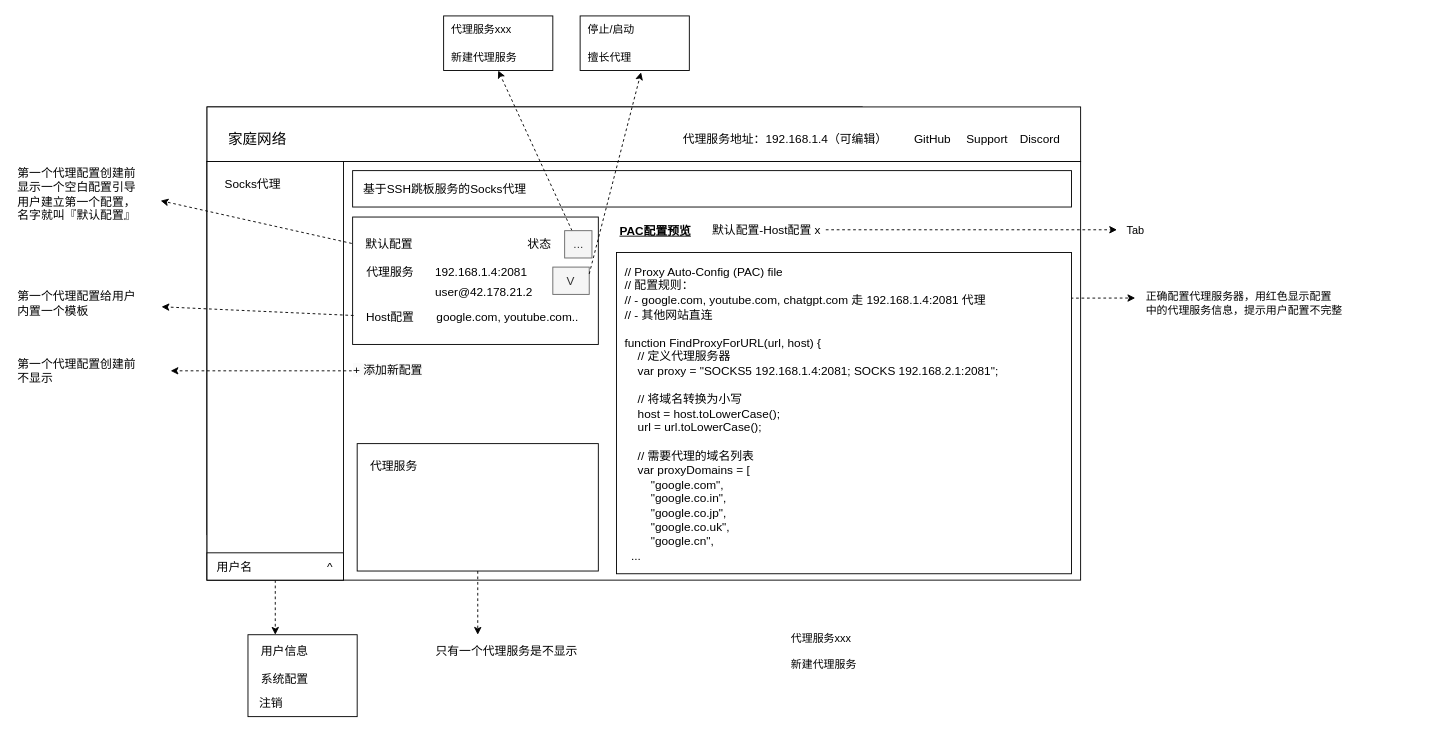
Before: imgs/UI设计.drawio in larrinluo/home_proxy_docker, a draw.io diagram. Source tidied: cells renumbered, new cells numbered last; positions are measured from the earlier drawing's top-left corner, leaving out a move shared by most shapes. Both pictures are drawn from the tidied source at 91%, with x=0, y=0 at pixel (15, 15).
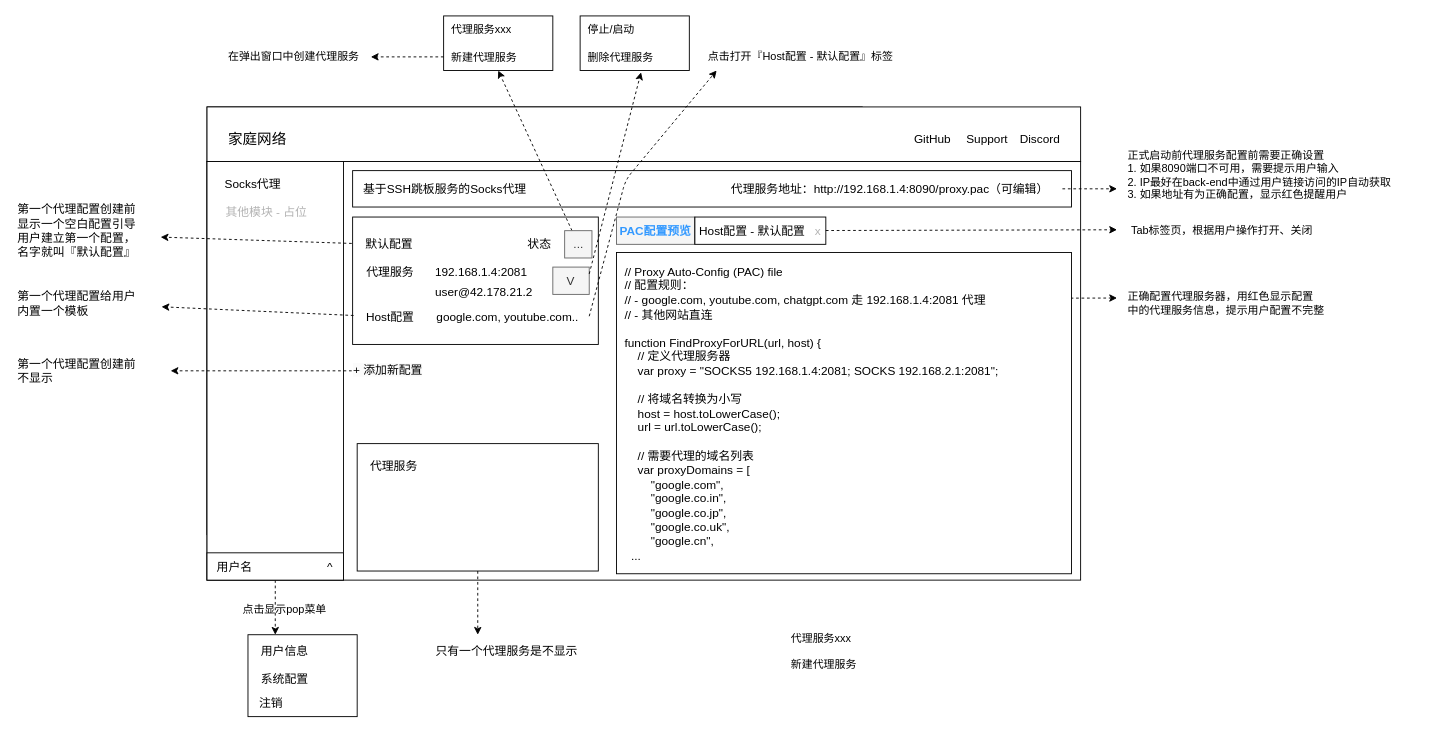
Above is the later version.

Unchanged cells that the change refers to:
```xml
<mxCell id="17" value="google.com, youtube.com.." style="text;html=1;align=center;verticalAlign=middle;points=[];strokeColor=none;fillColor=none;fontSize=13;" parent="1" vertex="1">
  <mxGeometry x="450" y="316" width="180" height="30" as="geometry" />
</mxCell>
<mxCell id="22" value="&lt;div&gt;&amp;nbsp; // Proxy Auto-Config (PAC) file&lt;/div&gt;&lt;div&gt;&amp;nbsp; // 配置规则：&lt;/div&gt;&lt;div&gt;&amp;nbsp; // - google.com, youtube.com, chatgpt.com 走 192.168.1.4:2081 代理&lt;/div&gt;&lt;div&gt;&amp;nbsp; // - 其他网站直连&lt;/div&gt;&lt;div&gt;&lt;br&gt;&lt;/div&gt;&lt;div&gt;&amp;nbsp; function FindProxyForURL(url, host) {&lt;/div&gt;&lt;div&gt;&amp;nbsp; &amp;nbsp; &amp;nbsp; // 定义代理服务器&lt;/div&gt;&lt;div&gt;&amp;nbsp; &amp;nbsp; &amp;nbsp; var proxy = &quot;SOCKS5 192.168.1.4:2081; SOCKS 192.168.2.1:2081&quot;;&lt;/div&gt;&lt;div&gt;&lt;br&gt;&lt;/div&gt;&lt;div&gt;&amp;nbsp; &amp;nbsp; &amp;nbsp; // 将域名转换为小写&lt;/div&gt;&lt;div&gt;&amp;nbsp; &amp;nbsp; &amp;nbsp; host = host.toLowerCase();&lt;/div&gt;&lt;div&gt;&amp;nbsp; &amp;nbsp; &amp;nbsp; url = url.toLowerCase();&lt;/div&gt;&lt;div&gt;&lt;br&gt;&lt;/div&gt;&lt;div&gt;&amp;nbsp; &amp;nbsp; &amp;nbsp; // 需要代理的域名列表&lt;/div&gt;&lt;div&gt;&amp;nbsp; &amp;nbsp; &amp;nbsp; var proxyDomains = [&lt;/div&gt;&lt;div&gt;&amp;nbsp; &amp;nbsp; &amp;nbsp; &amp;nbsp; &amp;nbsp; &quot;google.com&quot;,&lt;/div&gt;&lt;div&gt;&amp;nbsp; &amp;nbsp; &amp;nbsp; &amp;nbsp; &amp;nbsp; &quot;google.co.in&quot;,&lt;/div&gt;&lt;div&gt;&amp;nbsp; &amp;nbsp; &amp;nbsp; &amp;nbsp; &amp;nbsp; &quot;google.co.jp&quot;,&lt;/div&gt;&lt;div&gt;&amp;nbsp; &amp;nbsp; &amp;nbsp; &amp;nbsp; &amp;nbsp; &quot;google.co.uk&quot;,&lt;/div&gt;&lt;div&gt;&amp;nbsp; &amp;nbsp; &amp;nbsp; &amp;nbsp; &amp;nbsp; &quot;google.cn&quot;,&lt;/div&gt;&lt;div&gt;&amp;nbsp; &amp;nbsp; ...&lt;/div&gt;&lt;div&gt;&lt;/div&gt;&lt;div&gt;&lt;/div&gt;&lt;div&gt;&lt;/div&gt;&lt;div&gt;&lt;/div&gt;&lt;div&gt;&lt;/div&gt;&lt;div&gt;&lt;/div&gt;&lt;div&gt;&lt;/div&gt;&lt;div&gt;&lt;/div&gt;&lt;div&gt;&lt;/div&gt;&lt;div&gt;&lt;/div&gt;&lt;div&gt;&lt;/div&gt;&lt;div&gt;&lt;/div&gt;&lt;div&gt;&lt;/div&gt;&lt;div&gt;&lt;/div&gt;&lt;div&gt;&lt;/div&gt;&lt;div&gt;&lt;/div&gt;&lt;div&gt;&lt;/div&gt;&lt;div&gt;&lt;/div&gt;&lt;div&gt;&lt;/div&gt;" style="rounded=0;whiteSpace=wrap;html=1;fontSize=13;align=left;" parent="1" vertex="1">
  <mxGeometry x="660" y="260" width="500" height="353" as="geometry" />
</mxCell>
<mxCell id="46" value="&lt;span style=&quot;font-size: 12px;&quot;&gt;&amp;nbsp; 代理服务xxx&lt;/span&gt;&lt;br style=&quot;border-color: rgb(218, 220, 224); font-size: 12px;&quot;&gt;&lt;br style=&quot;border-color: rgb(218, 220, 224); font-size: 12px;&quot;&gt;&lt;span style=&quot;font-size: 12px;&quot;&gt;&amp;nbsp; 新建代理服务&lt;/span&gt;" style="rounded=0;whiteSpace=wrap;html=1;strokeColor=default;fontSize=13;align=left;" parent="1" vertex="1">
  <mxGeometry x="470" width="120" height="60" as="geometry" />
</mxCell>
```

Diff of the diagram source:
```diff
@@
     <mxCell id="21" style="edgeStyle=none;html=1;dashed=1;exitX=0.998;exitY=0.142;exitDx=0;exitDy=0;exitPerimeter=0;" parent="1" edge="1" source="22">
       <mxGeometry relative="1" as="geometry">
-        <mxPoint x="1230" y="310" as="targetPoint" />
+        <mxPoint x="1210" y="310" as="targetPoint" />
       </mxGeometry>
     </mxCell>
@@
-    <mxCell id="23" value="PAC配置预览" style="text;html=1;strokeColor=none;fillColor=none;align=center;verticalAlign=middle;whiteSpace=wrap;rounded=0;fontSize=13;fontStyle=5;" parent="1" vertex="1">
+    <mxCell id="23" value="PAC配置预览" style="text;html=1;strokeColor=#666666;fillColor=#f5f5f5;align=center;verticalAlign=middle;whiteSpace=wrap;rounded=0;fontSize=13;fontStyle=1;fontColor=#3399FF;" parent="1" vertex="1">
       <mxGeometry x="660" y="221" width="86" height="30" as="geometry" />
     </mxCell>
@@
-    <mxCell id="27" value="默认配置-Host配置 x" style="text;html=1;strokeColor=none;fillColor=none;align=center;verticalAlign=middle;whiteSpace=wrap;rounded=0;fontSize=13;" parent="1" vertex="1">
-      <mxGeometry x="760" y="220" width="130" height="30" as="geometry" />
+    <mxCell id="27" value="Host配置 - 默认配置&amp;nbsp; &amp;nbsp;&lt;font color=&quot;#b3b3b3&quot;&gt;x&lt;/font&gt;" style="text;html=1;strokeColor=default;fillColor=none;align=center;verticalAlign=middle;whiteSpace=wrap;rounded=0;fontSize=13;" parent="1" vertex="1">
+      <mxGeometry x="746" y="221" width="144" height="30" as="geometry" />
     </mxCell>
@@
-    <mxCell id="30" value="代理服务地址：192.168.1.4（可编辑）" style="text;html=1;align=center;verticalAlign=middle;strokeColor=none;fillColor=none;fontSize=13;" parent="1" vertex="1">
-      <mxGeometry x="720" y="120" width="250" height="30" as="geometry" />
-    </mxCell>
@@
-    <mxCell id="43" value="Tab" style="text;html=1;align=center;verticalAlign=middle;strokeColor=none;fillColor=none;" parent="1" vertex="1">
-      <mxGeometry x="1210" y="221" width="40" height="30" as="geometry" />
+    <mxCell id="43" value="Tab标签页，根据用户操作打开、关闭" style="text;html=1;align=center;verticalAlign=middle;strokeColor=none;fillColor=none;" parent="1" vertex="1">
+      <mxGeometry x="1210" y="221" width="230" height="30" as="geometry" />
     </mxCell>
@@
-    <mxCell id="48" value="&lt;span style=&quot;font-size: 12px;&quot;&gt;&amp;nbsp; 停止/启动&lt;/span&gt;&lt;br style=&quot;border-color: rgb(218, 220, 224); font-size: 12px;&quot;&gt;&lt;br style=&quot;border-color: rgb(218, 220, 224); font-size: 12px;&quot;&gt;&lt;span style=&quot;font-size: 12px;&quot;&gt;&amp;nbsp; 擅长代理&lt;/span&gt;" style="rounded=0;whiteSpace=wrap;html=1;strokeColor=default;fontSize=13;align=left;" parent="1" vertex="1">
+    <mxCell id="48" value="&lt;span style=&quot;font-size: 12px;&quot;&gt;&amp;nbsp; 停止/启动&lt;/span&gt;&lt;br style=&quot;border-color: rgb(218, 220, 224); font-size: 12px;&quot;&gt;&lt;br style=&quot;border-color: rgb(218, 220, 224); font-size: 12px;&quot;&gt;&lt;span style=&quot;font-size: 12px;&quot;&gt;&amp;nbsp; 删除代理服务&lt;/span&gt;" style="rounded=0;whiteSpace=wrap;html=1;strokeColor=default;fontSize=13;align=left;" parent="1" vertex="1">
       <mxGeometry x="620" width="120" height="60" as="geometry" />
     </mxCell>
@@
     <mxCell id="52" value="第一个代理配置创建前&lt;br&gt;显示一个空白配置引导&lt;br&gt;用户建立第一个配置，&lt;br&gt;名字就叫『默认配置』" style="text;html=1;align=left;verticalAlign=middle;points=[];strokeColor=none;fillColor=none;fontSize=13;fontColor=#000000;" parent="1" vertex="1">
-      <mxGeometry y="156" width="160" height="80" as="geometry" />
+      <mxGeometry y="196" width="160" height="80" as="geometry" />
     </mxCell>
@@
     <mxCell id="54" value="正确配置代理服务器，用红色显示配置&lt;br&gt;中的代理服务信息，提示用户配置不完整" style="text;html=1;align=left;verticalAlign=middle;strokeColor=none;fillColor=none;" parent="1" vertex="1">
-      <mxGeometry x="1240" y="296" width="240" height="40" as="geometry" />
+      <mxGeometry x="1220" y="296" width="240" height="40" as="geometry" />
     </mxCell>
+    <mxCell id="55" style="edgeStyle=none;html=1;dashed=1;" parent="1" edge="1" source="56">
+      <mxGeometry relative="1" as="geometry">
+        <mxPoint x="1210" y="190" as="targetPoint" />
+      </mxGeometry>
+    </mxCell>
+    <mxCell id="56" value="代理服务地址：http://192.168.1.4:8090/proxy.pac（可编辑）" style="text;html=1;align=center;verticalAlign=middle;points=[];strokeColor=none;fillColor=none;fontSize=13;" parent="1" vertex="1">
+      <mxGeometry x="770" y="175" width="380" height="30" as="geometry" />
+    </mxCell>
+    <mxCell id="57" value="正式启动前代理服务配置前需要正确设置&lt;br&gt;1. 如果8090端口不可用，需要提示用户输入&lt;br&gt;2. IP最好在back-end中通过用户链接访问的IP自动获取&lt;br&gt;3. 如果地址有为正确配置，显示红色提醒用户" style="text;html=1;align=left;verticalAlign=middle;strokeColor=none;fillColor=none;" parent="1" vertex="1">
+      <mxGeometry x="1220" y="140" width="320" height="70" as="geometry" />
+    </mxCell>
+    <mxCell id="58" style="endArrow=classic;html=1;dashed=1;exitX=0;exitY=0.75;exitDx=0;exitDy=0;" parent="1" edge="1" source="46">
+      <mxGeometry relative="1" as="geometry">
+        <mxPoint x="390" y="45" as="targetPoint" />
+      </mxGeometry>
+    </mxCell>
+    <mxCell id="59" value="在弹出窗口中创建代理服务" style="text;html=1;align=center;verticalAlign=middle;strokeColor=none;fillColor=none;" parent="1" vertex="1">
+      <mxGeometry x="220" y="30" width="170" height="30" as="geometry" />
+    </mxCell>
+    <mxCell id="60" value="点击显示pop菜单" style="text;html=1;align=center;verticalAlign=middle;strokeColor=none;fillColor=none;" parent="1" vertex="1">
+      <mxGeometry x="235" y="638" width="120" height="30" as="geometry" />
+    </mxCell>
+    <mxCell id="61" style="edgeStyle=none;html=1;dashed=1;exitX=1;exitY=0.467;exitDx=0;exitDy=0;exitPerimeter=0;" parent="1" edge="1" source="17">
+      <mxGeometry relative="1" as="geometry">
+        <mxPoint x="770" y="60" as="targetPoint" />
+        <Array as="points">
+          <mxPoint x="670" y="180" />
+        </Array>
+      </mxGeometry>
+    </mxCell>
+    <mxCell id="62" value="点击打开『Host配置 - 默认配置』标签" style="text;html=1;align=center;verticalAlign=middle;strokeColor=none;fillColor=none;" parent="1" vertex="1">
+      <mxGeometry x="747" y="30" width="230" height="30" as="geometry" />
+    </mxCell>
+    <mxCell id="63" value="其他模块 - 占位" style="text;html=1;align=center;verticalAlign=middle;strokeColor=none;fillColor=none;fontSize=13;fontColor=#B3B3B3;" parent="1" vertex="1">
+      <mxGeometry x="220" y="200" width="110" height="30" as="geometry" />
+    </mxCell>
```
